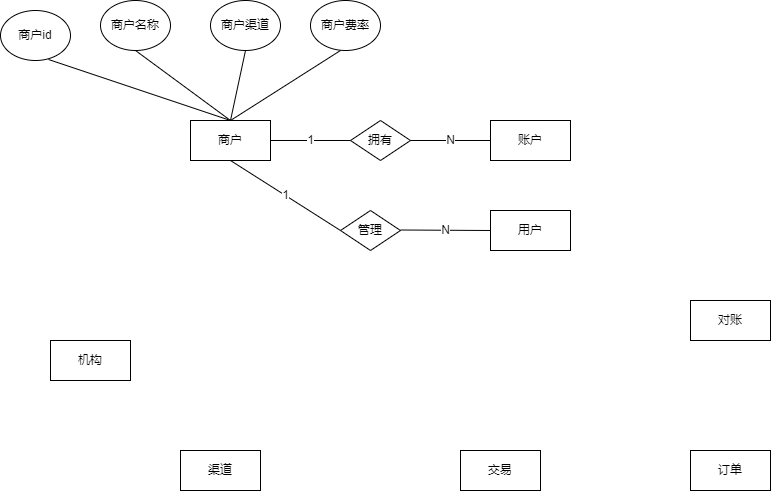
This is 代付E-R图1.png from songyibo2019/mydiagrams, a draw.io export, as it was before one commit. Source tidied: cells renumbered, new cells last; positions are measured from the earlier drawing's top-left corner, leaving out a move shared by most shapes.
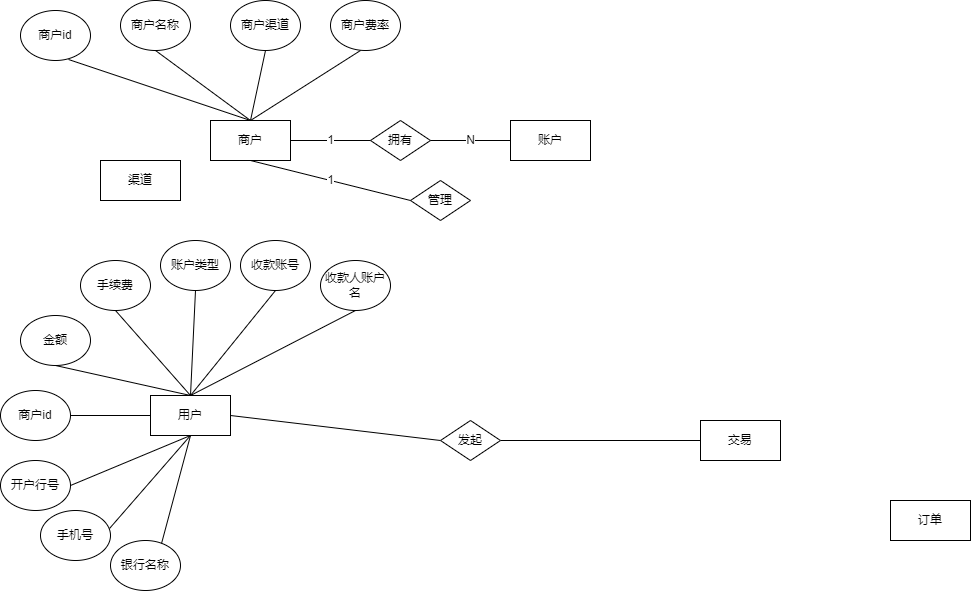
The same file after the commit.

The edit, as a diff of the source:
```diff
@@ -9,14 +9,11 @@
       <mxGeometry y="10" width="70" height="50" as="geometry" />
     </mxCell>
     <mxCell id="4" value="用户" style="rounded=0;whiteSpace=wrap;html=1;" parent="1" vertex="1">
-      <mxGeometry x="490" y="210" width="80" height="40" as="geometry" />
+      <mxGeometry x="130" y="395" width="80" height="40" as="geometry" />
     </mxCell>
     <mxCell id="5" value="账户" style="rounded=0;whiteSpace=wrap;html=1;" parent="1" vertex="1">
       <mxGeometry x="490" y="120" width="80" height="40" as="geometry" />
     </mxCell>
-    <mxCell id="6" value="机构" style="rounded=0;whiteSpace=wrap;html=1;" parent="1" vertex="1">
-      <mxGeometry x="50" y="340" width="80" height="40" as="geometry" />
-    </mxCell>
     <mxCell id="7" value="商户渠道" style="ellipse;whiteSpace=wrap;html=1;" parent="1" vertex="1">
       <mxGeometry x="210" width="70" height="50" as="geometry" />
     </mxCell>
@@ -43,31 +40,23 @@
       </mxGeometry>
     </mxCell>
     <mxCell id="14" value="渠道" style="rounded=0;whiteSpace=wrap;html=1;" parent="1" vertex="1">
-      <mxGeometry x="180" y="450" width="80" height="40" as="geometry" />
+      <mxGeometry x="80" y="160" width="80" height="40" as="geometry" />
     </mxCell>
     <mxCell id="15" value="订单" style="rounded=0;whiteSpace=wrap;html=1;" parent="1" vertex="1">
-      <mxGeometry x="690" y="450" width="80" height="40" as="geometry" />
+      <mxGeometry x="870" y="500" width="80" height="40" as="geometry" />
     </mxCell>
     <mxCell id="16" value="交易" style="rounded=0;whiteSpace=wrap;html=1;" parent="1" vertex="1">
-      <mxGeometry x="460" y="450" width="80" height="40" as="geometry" />
+      <mxGeometry x="680" y="420" width="80" height="40" as="geometry" />
     </mxCell>
-    <mxCell id="17" value="对账" style="rounded=0;whiteSpace=wrap;html=1;" parent="1" vertex="1">
-      <mxGeometry x="690" y="300" width="80" height="40" as="geometry" />
-    </mxCell>
     <mxCell id="18" value="N" style="endArrow=none;html=1;rounded=0;exitX=1;exitY=0.5;exitDx=0;exitDy=0;entryX=0;entryY=0.5;entryDx=0;entryDy=0;" parent="1" edge="1" source="12" target="5">
       <mxGeometry relative="1" as="geometry" />
     </mxCell>
     <mxCell id="19" value="管理" style="rhombus;whiteSpace=wrap;html=1;" parent="1" vertex="1">
-      <mxGeometry x="340" y="210" width="60" height="40" as="geometry" />
+      <mxGeometry x="390" y="180" width="60" height="40" as="geometry" />
     </mxCell>
     <mxCell id="20" value="1" style="endArrow=none;html=1;rounded=0;entryX=0;entryY=0.5;entryDx=0;entryDy=0;exitX=0.5;exitY=1;exitDx=0;exitDy=0;exitPerimeter=0;" parent="1" edge="1" source="2" target="19">
       <mxGeometry relative="1" as="geometry" />
     </mxCell>
-    <mxCell id="21" value="N" style="endArrow=none;html=1;rounded=0;exitX=1;exitY=0.5;exitDx=0;exitDy=0;entryX=0;entryY=0.5;entryDx=0;entryDy=0;" parent="1" edge="1" target="4">
-      <mxGeometry relative="1" as="geometry">
-        <mxPoint x="400" y="229.5" as="sourcePoint" />
-      </mxGeometry>
-    </mxCell>
     <mxCell id="22" value="商户费率" style="ellipse;whiteSpace=wrap;html=1;" parent="1" vertex="1">
       <mxGeometry x="310" width="70" height="50" as="geometry" />
     </mxCell>
@@ -77,5 +66,68 @@
         <mxPoint x="340" y="50" as="targetPoint" />
       </mxGeometry>
     </mxCell>
+    <mxCell id="24" style="endArrow=none;html=1;rounded=0;exitX=1;exitY=0.5;exitDx=0;exitDy=0;entryX=0;entryY=0.5;entryDx=0;entryDy=0;" parent="1" edge="1" source="4" target="32">
+      <mxGeometry relative="1" as="geometry" />
+    </mxCell>
+    <mxCell id="25" style="endArrow=none;html=1;rounded=0;exitX=1;exitY=0.5;exitDx=0;exitDy=0;entryX=0;entryY=0.5;entryDx=0;entryDy=0;startArrow=none;" parent="1" edge="1" source="32" target="16">
+      <mxGeometry relative="1" as="geometry" />
+    </mxCell>
+    <mxCell id="26" value="商户id" style="ellipse;whiteSpace=wrap;html=1;" parent="1" vertex="1">
+      <mxGeometry x="-20" y="390" width="70" height="50" as="geometry" />
+    </mxCell>
+    <mxCell id="27" style="endArrow=none;html=1;rounded=0;exitX=1;exitY=0.5;exitDx=0;exitDy=0;entryX=0;entryY=0.5;entryDx=0;entryDy=0;" parent="1" edge="1" source="26" target="4">
+      <mxGeometry relative="1" as="geometry" />
+    </mxCell>
+    <mxCell id="28" value="金额" style="ellipse;whiteSpace=wrap;html=1;" parent="1" vertex="1">
+      <mxGeometry y="315" width="70" height="50" as="geometry" />
+    </mxCell>
+    <mxCell id="29" style="endArrow=none;html=1;rounded=0;exitX=0.5;exitY=0;exitDx=0;exitDy=0;entryX=0.5;entryY=1;entryDx=0;entryDy=0;" parent="1" edge="1" source="4" target="28">
+      <mxGeometry relative="1" as="geometry" />
+    </mxCell>
+    <mxCell id="30" value="手续费" style="ellipse;whiteSpace=wrap;html=1;" parent="1" vertex="1">
+      <mxGeometry x="60" y="260" width="70" height="50" as="geometry" />
+    </mxCell>
+    <mxCell id="31" style="endArrow=none;html=1;rounded=0;entryX=0.5;entryY=1;entryDx=0;entryDy=0;exitX=0.5;exitY=0;exitDx=0;exitDy=0;" parent="1" edge="1" source="4" target="30">
+      <mxGeometry relative="1" as="geometry" />
+    </mxCell>
+    <mxCell id="32" value="发起" style="rhombus;whiteSpace=wrap;html=1;" parent="1" vertex="1">
+      <mxGeometry x="420" y="420" width="60" height="40" as="geometry" />
+    </mxCell>
+    <mxCell id="33" value="账户类型" style="ellipse;whiteSpace=wrap;html=1;" parent="1" vertex="1">
+      <mxGeometry x="140" y="240" width="70" height="50" as="geometry" />
+    </mxCell>
+    <mxCell id="34" style="endArrow=none;html=1;rounded=0;entryX=0.5;entryY=1;entryDx=0;entryDy=0;exitX=0.5;exitY=0;exitDx=0;exitDy=0;" parent="1" edge="1" source="4" target="33">
+      <mxGeometry relative="1" as="geometry" />
+    </mxCell>
+    <mxCell id="35" value="开户行号" style="ellipse;whiteSpace=wrap;html=1;" parent="1" vertex="1">
+      <mxGeometry x="-20" y="460" width="70" height="50" as="geometry" />
+    </mxCell>
+    <mxCell id="36" value="收款账号" style="ellipse;whiteSpace=wrap;html=1;" parent="1" vertex="1">
+      <mxGeometry x="220" y="240" width="70" height="50" as="geometry" />
+    </mxCell>
+    <mxCell id="37" value="手机号" style="ellipse;whiteSpace=wrap;html=1;" parent="1" vertex="1">
+      <mxGeometry x="20" y="510" width="70" height="50" as="geometry" />
+    </mxCell>
+    <mxCell id="38" value="银行名称" style="ellipse;whiteSpace=wrap;html=1;" parent="1" vertex="1">
+      <mxGeometry x="90" y="540" width="70" height="50" as="geometry" />
+    </mxCell>
+    <mxCell id="39" style="endArrow=none;html=1;rounded=0;exitX=1;exitY=0.5;exitDx=0;exitDy=0;entryX=0.5;entryY=1;entryDx=0;entryDy=0;" parent="1" edge="1" source="35" target="4">
+      <mxGeometry relative="1" as="geometry" />
+    </mxCell>
+    <mxCell id="40" style="endArrow=none;html=1;rounded=0;exitX=0.986;exitY=0.36;exitDx=0;exitDy=0;exitPerimeter=0;entryX=0.5;entryY=1;entryDx=0;entryDy=0;" parent="1" edge="1" source="37" target="4">
+      <mxGeometry relative="1" as="geometry" />
+    </mxCell>
+    <mxCell id="41" style="endArrow=none;html=1;rounded=0;exitX=0.729;exitY=0.06;exitDx=0;exitDy=0;exitPerimeter=0;entryX=0.5;entryY=1;entryDx=0;entryDy=0;" parent="1" edge="1" source="38" target="4">
+      <mxGeometry relative="1" as="geometry" />
+    </mxCell>
+    <mxCell id="42" value="收款人账户名" style="ellipse;whiteSpace=wrap;html=1;" parent="1" vertex="1">
+      <mxGeometry x="300" y="260" width="70" height="50" as="geometry" />
+    </mxCell>
+    <mxCell id="43" style="endArrow=none;html=1;rounded=0;entryX=0.5;entryY=1;entryDx=0;entryDy=0;exitX=0.5;exitY=0;exitDx=0;exitDy=0;" parent="1" edge="1" source="4" target="36">
+      <mxGeometry relative="1" as="geometry" />
+    </mxCell>
+    <mxCell id="44" style="endArrow=none;html=1;rounded=0;entryX=0.5;entryY=1;entryDx=0;entryDy=0;exitX=0.5;exitY=0;exitDx=0;exitDy=0;" parent="1" edge="1" source="4" target="42">
+      <mxGeometry relative="1" as="geometry" />
+    </mxCell>
   </root>
 </mxGraphModel>
```
